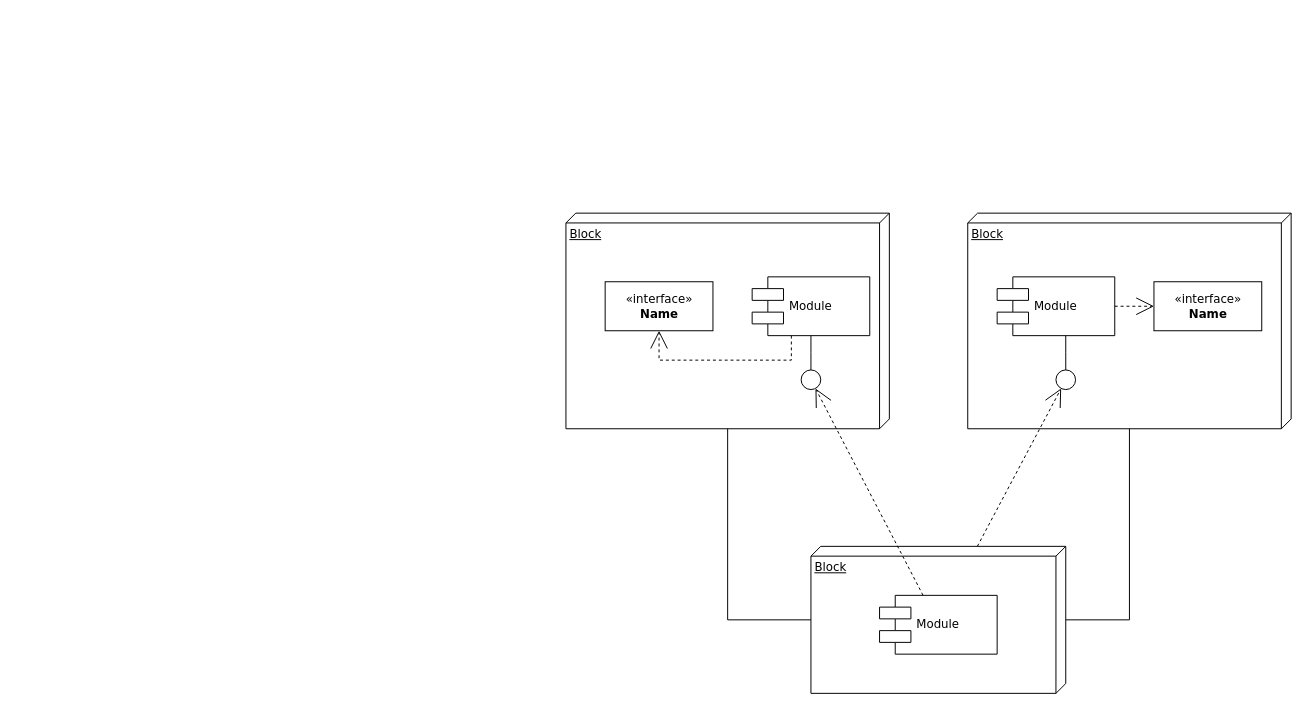
camiloko1989/Final_Project_3380_001 keeps this draw.io diagram as Untitled Diagram.drawio. Above is the earlier version. Source tidied: cells renumbered, new cells numbered last; positions are measured from the earlier drawing's top-left corner, leaving out a move shared by most shapes. Both pictures are drawn from the tidied source at 98%, with x=0, y=0 at pixel (565, 213).
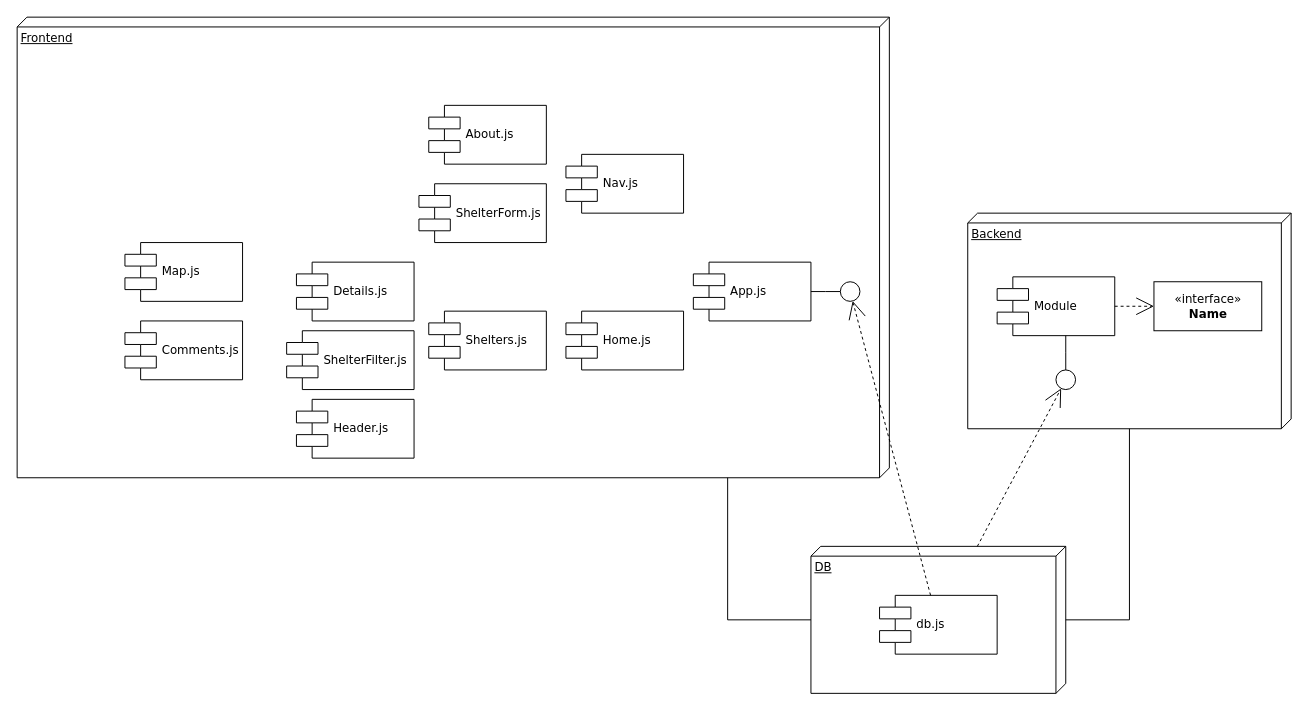
After the change.

Diff of the diagram source:
```diff
@@
-    <mxCell id="2" value="Block" style="verticalAlign=top;align=left;spacingTop=8;spacingLeft=2;spacingRight=12;shape=cube;size=10;direction=south;fontStyle=4;html=1;rounded=0;shadow=0;comic=0;labelBackgroundColor=none;strokeWidth=1;fontFamily=Verdana;fontSize=12;" parent="1" vertex="1">
-      <mxGeometry width="330" height="220" as="geometry" />
+    <mxCell id="2" value="Frontend" style="verticalAlign=top;align=left;spacingTop=8;spacingLeft=2;spacingRight=12;shape=cube;size=10;direction=south;fontStyle=4;html=1;rounded=0;shadow=0;comic=0;labelBackgroundColor=none;strokeWidth=1;fontFamily=Verdana;fontSize=12;" parent="1" vertex="1">
+      <mxGeometry x="-560" y="-200" width="890" height="470" as="geometry" />
     </mxCell>
-    <mxCell id="3" value="Block" style="verticalAlign=top;align=left;spacingTop=8;spacingLeft=2;spacingRight=12;shape=cube;size=10;direction=south;fontStyle=4;html=1;rounded=0;shadow=0;comic=0;labelBackgroundColor=none;strokeWidth=1;fontFamily=Verdana;fontSize=12;" parent="1" vertex="1">
+    <mxCell id="3" value="Backend" style="verticalAlign=top;align=left;spacingTop=8;spacingLeft=2;spacingRight=12;shape=cube;size=10;direction=south;fontStyle=4;html=1;rounded=0;shadow=0;comic=0;labelBackgroundColor=none;strokeWidth=1;fontFamily=Verdana;fontSize=12;" parent="1" vertex="1">
       <mxGeometry x="410" width="330" height="220" as="geometry" />
     </mxCell>
-    <mxCell id="4" value="Block" style="verticalAlign=top;align=left;spacingTop=8;spacingLeft=2;spacingRight=12;shape=cube;size=10;direction=south;fontStyle=4;html=1;rounded=0;shadow=0;comic=0;labelBackgroundColor=none;strokeWidth=1;fontFamily=Verdana;fontSize=12;" parent="1" vertex="1">
+    <mxCell id="4" value="DB" style="verticalAlign=top;align=left;spacingTop=8;spacingLeft=2;spacingRight=12;shape=cube;size=10;direction=south;fontStyle=4;html=1;rounded=0;shadow=0;comic=0;labelBackgroundColor=none;strokeWidth=1;fontFamily=Verdana;fontSize=12;" parent="1" vertex="1">
       <mxGeometry x="250" y="340" width="260" height="150" as="geometry" />
     </mxCell>
-    <mxCell id="5" value="&amp;laquo;interface&amp;raquo;&lt;br&gt;&lt;b&gt;Name&lt;/b&gt;" style="html=1;rounded=0;shadow=0;comic=0;labelBackgroundColor=none;strokeWidth=1;fontFamily=Verdana;fontSize=12;align=center;" parent="1" vertex="1">
-      <mxGeometry x="40" y="70" width="110" height="50" as="geometry" />
-    </mxCell>
-    <mxCell id="6" value="Module" style="shape=component;align=left;spacingLeft=36;rounded=0;shadow=0;comic=0;labelBackgroundColor=none;strokeWidth=1;fontFamily=Verdana;fontSize=12;html=1;" parent="1" vertex="1">
-      <mxGeometry x="190" y="65" width="120" height="60" as="geometry" />
+    <mxCell id="6" value="App.js" style="shape=component;align=left;spacingLeft=36;rounded=0;shadow=0;comic=0;labelBackgroundColor=none;strokeWidth=1;fontFamily=Verdana;fontSize=12;html=1;" parent="1" vertex="1">
+      <mxGeometry x="130" y="50" width="120" height="60" as="geometry" />
     </mxCell>
     <mxCell id="7" style="ellipse;whiteSpace=wrap;html=1;rounded=0;shadow=0;comic=0;labelBackgroundColor=none;strokeWidth=1;fontFamily=Verdana;fontSize=12;align=center;" parent="1" vertex="1">
-      <mxGeometry x="240" y="160" width="20" height="20" as="geometry" />
+      <mxGeometry x="280" y="70" width="20" height="20" as="geometry" />
     </mxCell>
@@
-    <mxCell id="11" value="Module" style="shape=component;align=left;spacingLeft=36;rounded=0;shadow=0;comic=0;labelBackgroundColor=none;strokeWidth=1;fontFamily=Verdana;fontSize=12;html=1;" parent="1" vertex="1">
+    <mxCell id="11" value="db.js" style="shape=component;align=left;spacingLeft=36;rounded=0;shadow=0;comic=0;labelBackgroundColor=none;strokeWidth=1;fontFamily=Verdana;fontSize=12;html=1;" parent="1" vertex="1">
       <mxGeometry x="320" y="390" width="120" height="60" as="geometry" />
     </mxCell>
@@
-    <mxCell id="16" style="edgeStyle=orthogonalEdgeStyle;rounded=0;html=1;labelBackgroundColor=none;startArrow=none;startFill=0;startSize=8;endArrow=open;endFill=0;endSize=16;fontFamily=Verdana;fontSize=12;dashed=1;" parent="1" edge="1" source="6" target="5">
-      <mxGeometry relative="1" as="geometry">
-        <Array as="points">
-          <mxPoint x="230" y="150" />
-          <mxPoint x="95" y="150" />
-        </Array>
-      </mxGeometry>
-    </mxCell>
@@
+    <mxCell id="20" value="Shelters.js" style="shape=component;align=left;spacingLeft=36;rounded=0;shadow=0;comic=0;labelBackgroundColor=none;strokeWidth=1;fontFamily=Verdana;fontSize=12;html=1;" parent="1" vertex="1">
+      <mxGeometry x="-140" y="100" width="120" height="60" as="geometry" />
+    </mxCell>
+    <mxCell id="21" value="Home.js" style="shape=component;align=left;spacingLeft=36;rounded=0;shadow=0;comic=0;labelBackgroundColor=none;strokeWidth=1;fontFamily=Verdana;fontSize=12;html=1;" parent="1" vertex="1">
+      <mxGeometry y="100" width="120" height="60" as="geometry" />
+    </mxCell>
+    <mxCell id="22" value="Nav.js" style="shape=component;align=left;spacingLeft=36;rounded=0;shadow=0;comic=0;labelBackgroundColor=none;strokeWidth=1;fontFamily=Verdana;fontSize=12;html=1;" parent="1" vertex="1">
+      <mxGeometry y="-60" width="120" height="60" as="geometry" />
+    </mxCell>
+    <mxCell id="23" value="Header.js" style="shape=component;align=left;spacingLeft=36;rounded=0;shadow=0;comic=0;labelBackgroundColor=none;strokeWidth=1;fontFamily=Verdana;fontSize=12;html=1;" parent="1" vertex="1">
+      <mxGeometry x="-275" y="190" width="120" height="60" as="geometry" />
+    </mxCell>
+    <mxCell id="24" value="ShelterFilter.js" style="shape=component;align=left;spacingLeft=36;rounded=0;shadow=0;comic=0;labelBackgroundColor=none;strokeWidth=1;fontFamily=Verdana;fontSize=12;html=1;" parent="1" vertex="1">
+      <mxGeometry x="-285" y="120" width="130" height="60" as="geometry" />
+    </mxCell>
+    <mxCell id="25" value="ShelterForm.js" style="shape=component;align=left;spacingLeft=36;rounded=0;shadow=0;comic=0;labelBackgroundColor=none;strokeWidth=1;fontFamily=Verdana;fontSize=12;html=1;" parent="1" vertex="1">
+      <mxGeometry x="-150" y="-30" width="130" height="60" as="geometry" />
+    </mxCell>
+    <mxCell id="26" value="Details.js" style="shape=component;align=left;spacingLeft=36;rounded=0;shadow=0;comic=0;labelBackgroundColor=none;strokeWidth=1;fontFamily=Verdana;fontSize=12;html=1;" parent="1" vertex="1">
+      <mxGeometry x="-275" y="50" width="120" height="60" as="geometry" />
+    </mxCell>
+    <mxCell id="27" value="About.js" style="shape=component;align=left;spacingLeft=36;rounded=0;shadow=0;comic=0;labelBackgroundColor=none;strokeWidth=1;fontFamily=Verdana;fontSize=12;html=1;" parent="1" vertex="1">
+      <mxGeometry x="-140" y="-110" width="120" height="60" as="geometry" />
+    </mxCell>
+    <mxCell id="28" value="Map.js" style="shape=component;align=left;spacingLeft=36;rounded=0;shadow=0;comic=0;labelBackgroundColor=none;strokeWidth=1;fontFamily=Verdana;fontSize=12;html=1;" parent="1" vertex="1">
+      <mxGeometry x="-450" y="30" width="120" height="60" as="geometry" />
+    </mxCell>
+    <mxCell id="29" value="Comments.js" style="shape=component;align=left;spacingLeft=36;rounded=0;shadow=0;comic=0;labelBackgroundColor=none;strokeWidth=1;fontFamily=Verdana;fontSize=12;html=1;" parent="1" vertex="1">
+      <mxGeometry x="-450" y="110" width="120" height="60" as="geometry" />
+    </mxCell>
```
